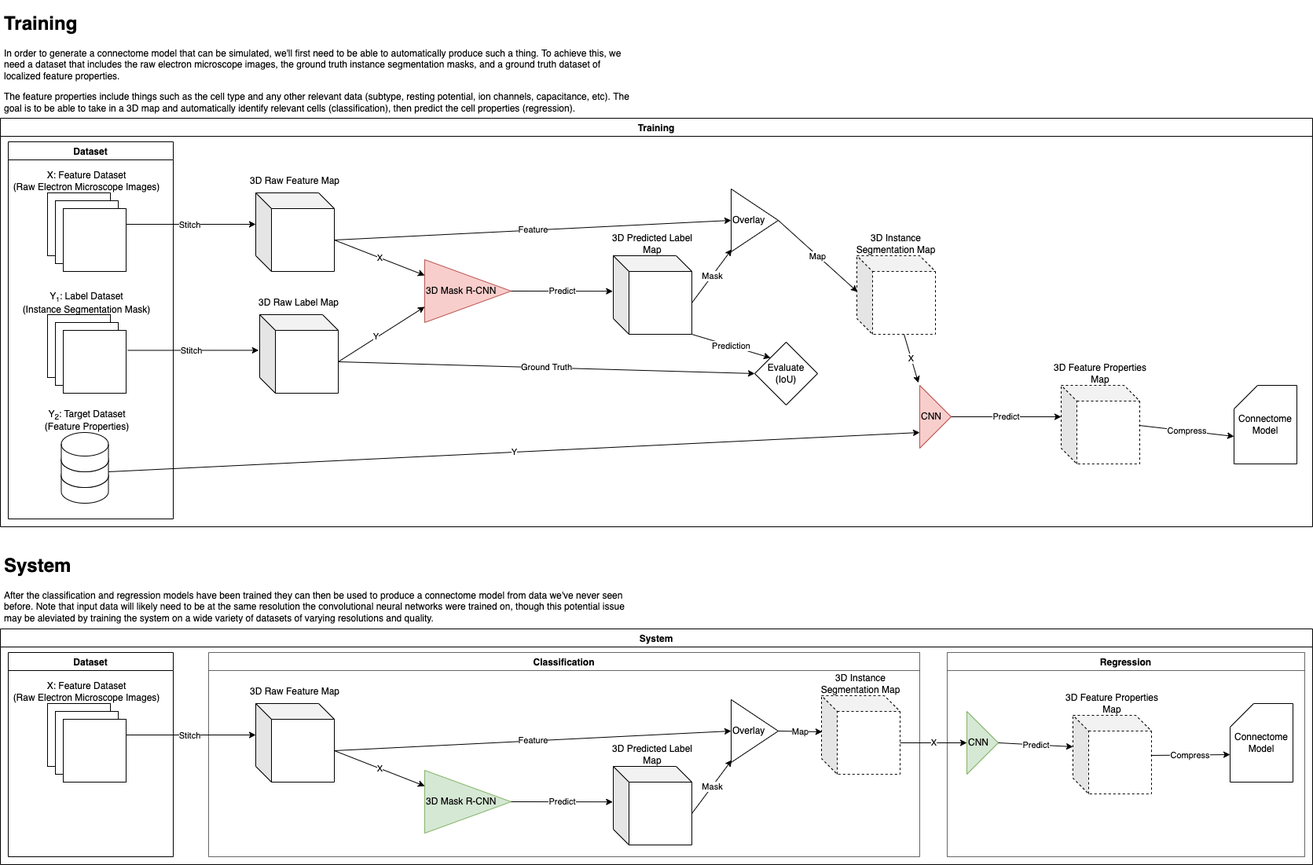
carboncopies/BrainGenix-STS keeps this draw.io diagram as Docs/BrainGenix STS Overview.drawio.png. Above is the earlier version. Source tidied: cells renumbered, new cells last; positions are measured from the earlier drawing's top-left corner, leaving out a move shared by most shapes.
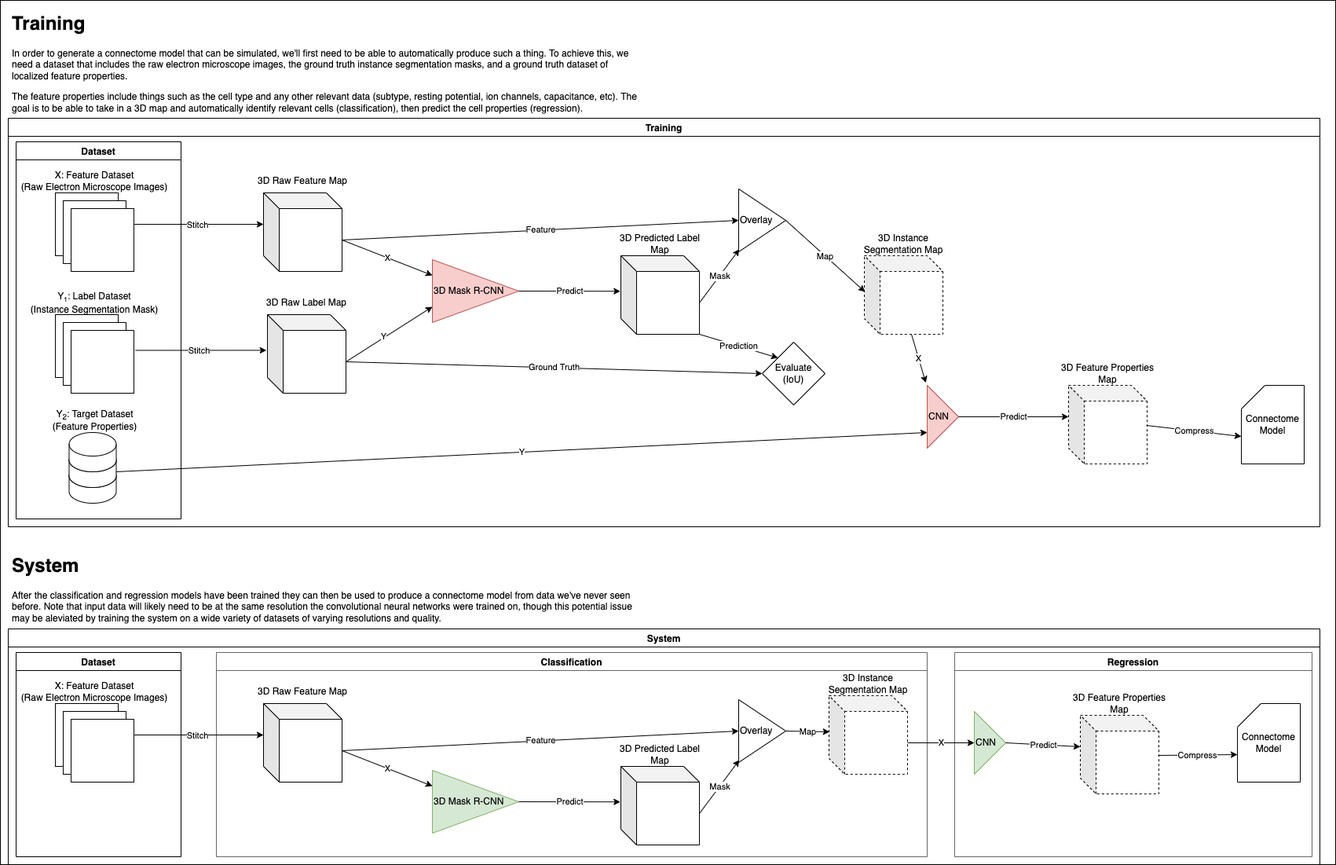
Above is the later version.

The edit, as a diff of the source:
```diff
@@ -2,6 +2,9 @@
   <root>
     <mxCell id="0" />
     <mxCell id="1" parent="0" />
+    <mxCell id="97" style="rounded=0;whiteSpace=wrap;html=1;" parent="1" vertex="1">
+      <mxGeometry x="-10" y="-10" width="1700" height="1100" as="geometry" />
+    </mxCell>
     <mxCell id="2" value="&lt;h1&gt;Training&lt;/h1&gt;&lt;p&gt;In order to generate a connectome model that can be simulated, we'll first need to be able to automatically produce such a thing. To achieve this, we need a dataset that includes the raw electron microscope images, the ground truth instance segmentation masks, and a ground truth dataset of localized feature properties.&lt;/p&gt;&lt;p&gt;The feature properties include things such as the cell type and any other relevant data (subtype, resting potential, ion channels, capacitance, etc). The goal is to be able to take in a 3D map and automatically identify relevant cells (classification), then predict the cell properties (regression).&lt;/p&gt;" style="text;html=1;strokeColor=none;fillColor=none;spacing=5;spacingTop=-20;whiteSpace=wrap;overflow=hidden;rounded=0;" parent="1" vertex="1">
       <mxGeometry width="810" height="140" as="geometry" />
     </mxCell>
```
